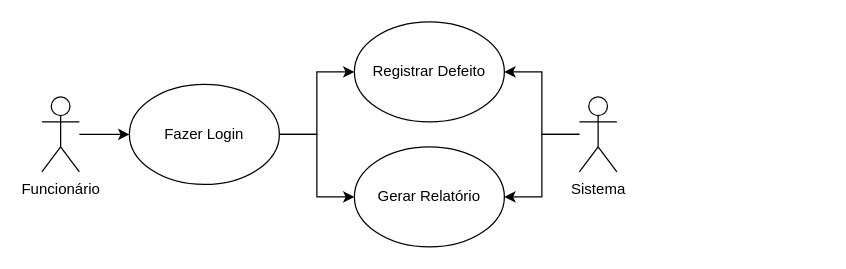
The draw.io diagram Casos de uso Sisdef.drawio in MolisaxD/Diagramas, before the edit. Source tidied: cells renumbered, new cells numbered last; positions are measured from the earlier drawing's top-left corner, leaving out a move shared by most shapes. Both pictures are drawn from the tidied source at 125%, with x=0, y=0 at pixel (41, 21).
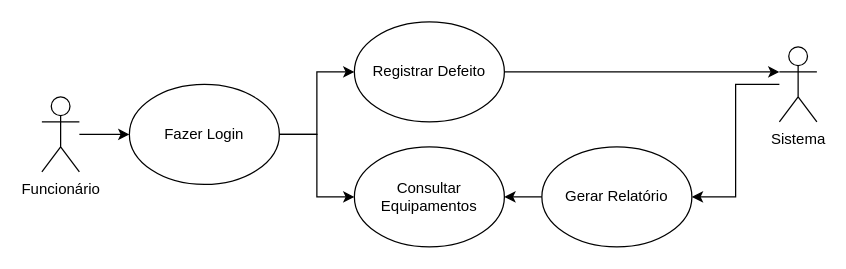
After the change.

Change to the diagram source:
```diff
@@
 <mxGraphModel>
   <root>
     <mxCell id="0" />
     <mxCell id="1" parent="0" />
     <mxCell id="2" style="edgeStyle=orthogonalEdgeStyle;rounded=0;jettySize=auto;html=1;" parent="1" edge="1" source="3" target="8">
       <mxGeometry relative="1" as="geometry" />
     </mxCell>
     <mxCell id="3" value="Funcionário" style="shape=umlActor;verticalLabelPosition=bottom;verticalAlign=top;html=1;outlineConnect=0;" parent="1" vertex="1">
       <mxGeometry y="60" width="30" height="60" as="geometry" />
     </mxCell>
     <mxCell id="4" value="Registrar Defeito" style="ellipse;whiteSpace=wrap;html=1;" parent="1" vertex="1">
       <mxGeometry x="250" width="120" height="80" as="geometry" />
     </mxCell>
-    <mxCell id="5" value="Gerar Relatório" style="ellipse;whiteSpace=wrap;html=1;" parent="1" vertex="1">
+    <mxCell id="5" value="Consultar Equipamentos" style="ellipse;whiteSpace=wrap;html=1;" parent="1" vertex="1">
       <mxGeometry x="250" y="100" width="120" height="80" as="geometry" />
     </mxCell>
     <mxCell id="6" style="edgeStyle=orthogonalEdgeStyle;rounded=0;jettySize=auto;html=1;" parent="1" edge="1" source="8" target="4">
       <mxGeometry relative="1" as="geometry" />
     </mxCell>
     <mxCell id="7" style="edgeStyle=orthogonalEdgeStyle;rounded=0;jettySize=auto;html=1;entryX=0;entryY=0.5;entryDx=0;entryDy=0;" parent="1" edge="1" source="8" target="5">
       <mxGeometry relative="1" as="geometry" />
     </mxCell>
     <mxCell id="8" value="Fazer Login" style="ellipse;whiteSpace=wrap;html=1;" parent="1" vertex="1">
       <mxGeometry x="70" y="50" width="120" height="80" as="geometry" />
     </mxCell>
-    <mxCell id="9" style="edgeStyle=orthogonalEdgeStyle;rounded=0;jettySize=auto;html=1;" parent="1" edge="1" source="11" target="4">
-      <mxGeometry relative="1" as="geometry" />
-    </mxCell>
-    <mxCell id="10" style="edgeStyle=orthogonalEdgeStyle;rounded=0;jettySize=auto;html=1;entryX=1;entryY=0.5;entryDx=0;entryDy=0;" parent="1" edge="1" source="11" target="5">
-      <mxGeometry relative="1" as="geometry" />
-    </mxCell>
+    <mxCell id="12" style="edgeStyle=orthogonalEdgeStyle;rounded=0;jettySize=auto;html=1;entryX=1;entryY=0.5;entryDx=0;entryDy=0;" parent="1" edge="1" source="11" target="15">
+      <mxGeometry relative="1" as="geometry" />
+    </mxCell>
     <mxCell id="11" value="Sistema" style="shape=umlActor;verticalLabelPosition=bottom;verticalAlign=top;html=1;outlineConnect=0;" parent="1" vertex="1">
-      <mxGeometry x="430" y="60" width="30" height="60" as="geometry" />
+      <mxGeometry x="590" y="20" width="30" height="60" as="geometry" />
     </mxCell>
+    <mxCell id="13" style="edgeStyle=orthogonalEdgeStyle;rounded=0;jettySize=auto;html=1;entryX=0;entryY=0.3333333333333333;entryDx=0;entryDy=0;entryPerimeter=0;" parent="1" edge="1" source="4" target="11">
+      <mxGeometry relative="1" as="geometry" />
+    </mxCell>
+    <mxCell id="14" style="edgeStyle=orthogonalEdgeStyle;rounded=0;jettySize=auto;html=1;entryX=1;entryY=0.5;entryDx=0;entryDy=0;" parent="1" edge="1" source="15" target="5">
+      <mxGeometry relative="1" as="geometry" />
+    </mxCell>
+    <mxCell id="15" value="Gerar Relatório" style="ellipse;whiteSpace=wrap;html=1;" parent="1" vertex="1">
+      <mxGeometry x="400" y="100" width="120" height="80" as="geometry" />
+    </mxCell>
   </root>
 </mxGraphModel>
```
